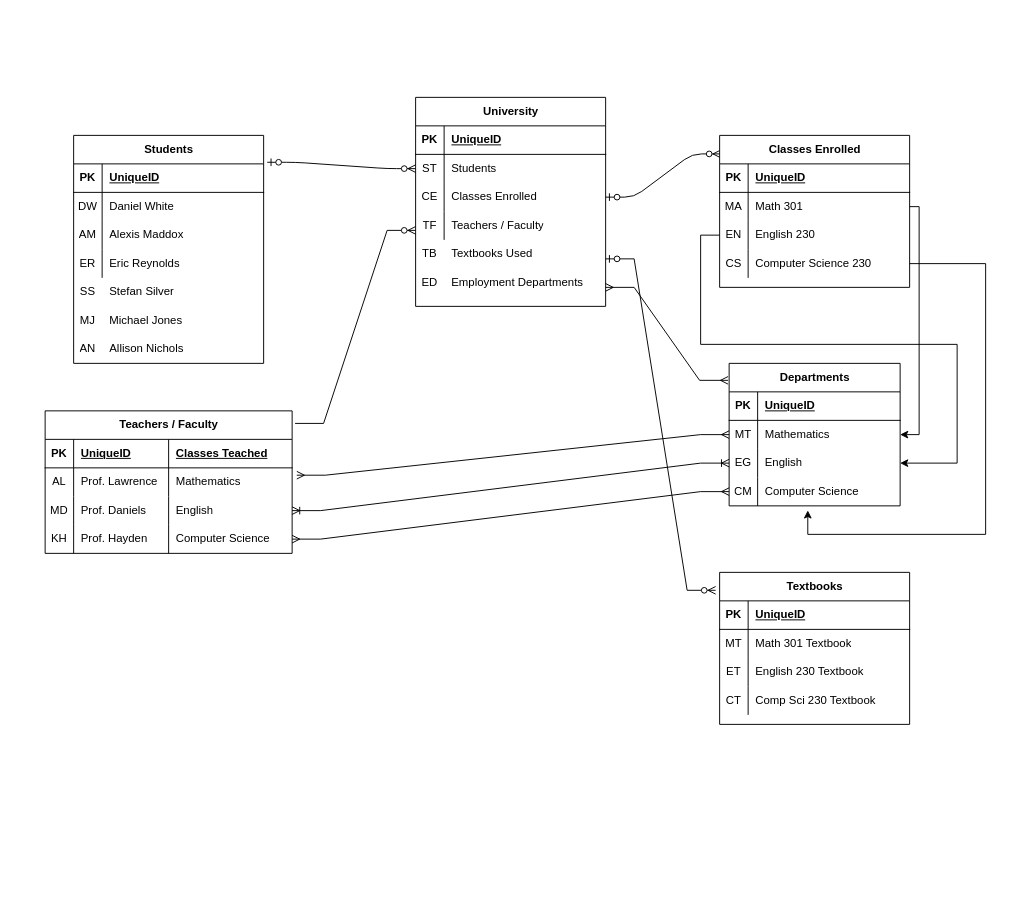
This is EntityRelationship.drawio from ethanconbolt01/main, a draw.io file, before an edit. Source tidied: cells renumbered, new cells numbered last; positions are measured from the earlier drawing's top-left corner, leaving out a move shared by most shapes. Both pictures are drawn from the tidied source at 95%, with x=0, y=0 at pixel (45, 91).
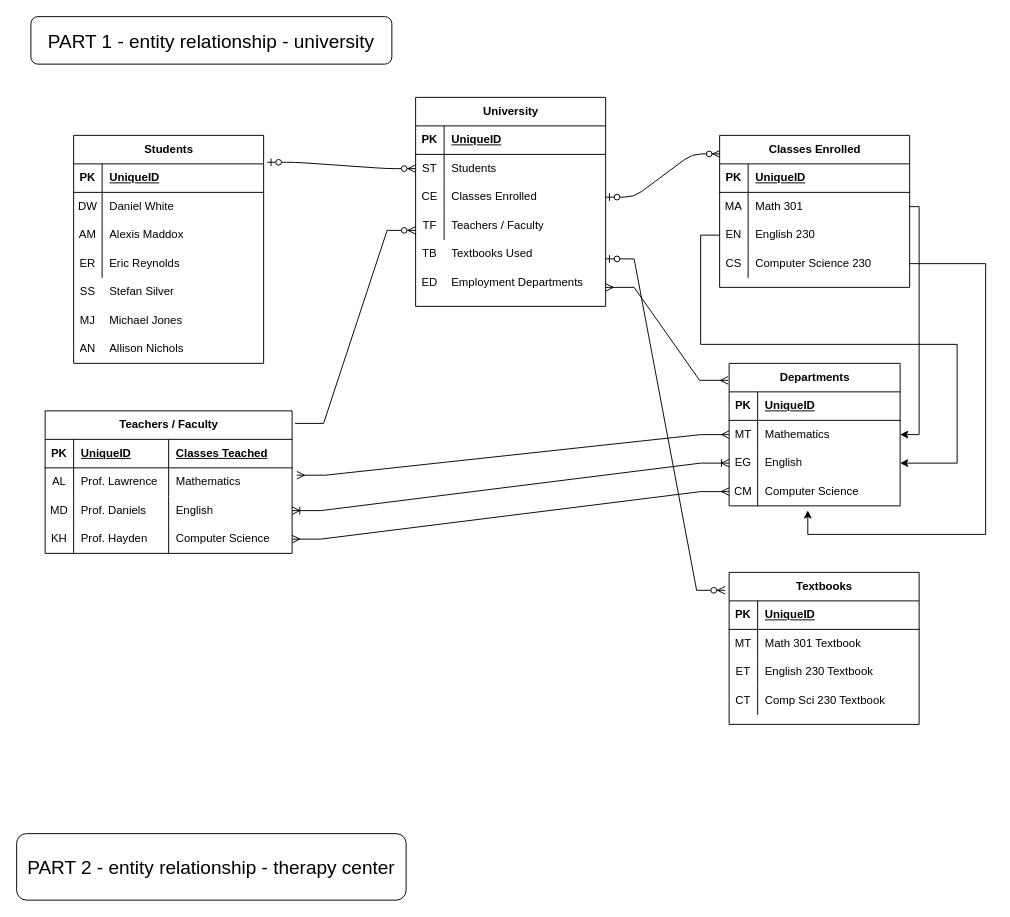
The same page after the edit.

Change to the diagram source:
```diff
@@
     <mxCell id="17" value="Textbooks" style="shape=table;startSize=30;childLayout=tableLayout;rowLines=0;fontStyle=1;align=center;html=1;" parent="1" vertex="1">
-      <mxGeometry x="710" y="506" width="200" height="160" as="geometry" />
+      <mxGeometry x="720" y="506" width="200" height="160" as="geometry" />
     </mxCell>
@@
+    <mxCell id="106" value="&lt;font style=&quot;font-size: 20px;&quot;&gt;PART 1 - entity relationship - university&lt;/font&gt;" style="rounded=1;whiteSpace=wrap;html=1;" parent="1" vertex="1">
+      <mxGeometry x="-15" y="-79" width="380" height="50" as="geometry" />
+    </mxCell>
+    <mxCell id="107" value="&lt;font style=&quot;font-size: 20px;&quot;&gt;PART 2 - entity relationship - therapy center&lt;/font&gt;" style="rounded=1;whiteSpace=wrap;html=1;" parent="1" vertex="1">
+      <mxGeometry x="-30" y="781" width="410" height="70" as="geometry" />
+    </mxCell>
```
